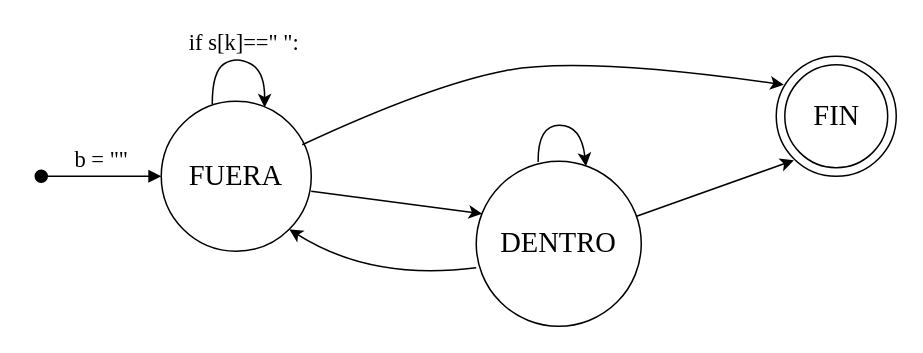
Before: Untitled Diagram.drawio in FelipeAMC-2601/Diagramas, a draw.io diagram. Source tidied: cells renumbered, new cells numbered last; positions are measured from the earlier drawing's top-left corner, leaving out a move shared by most shapes. Both pictures are drawn from the tidied source at 150%, with x=0, y=0 at pixel (40, 26).
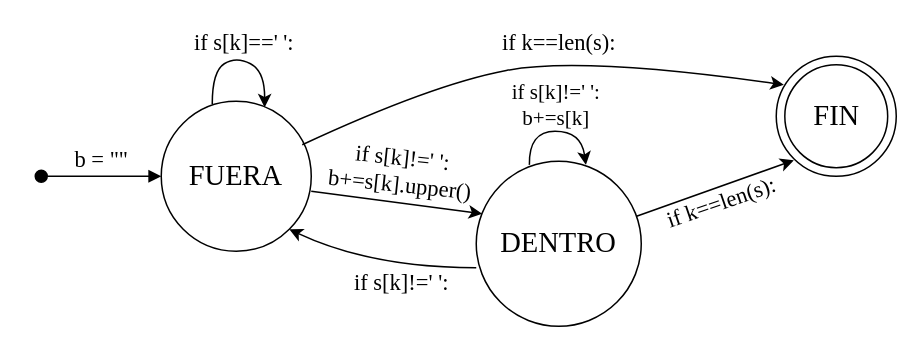
After the change.

The change refers to these unchanged cells:
```xml
<mxCell id="3" value="&lt;font style=&quot;font-size: 19px&quot; face=&quot;Times New Roman&quot;&gt;FUERA&lt;/font&gt;" style="ellipse;whiteSpace=wrap;html=1;fontColor=#000000;" parent="1" vertex="1">
  <mxGeometry x="80" y="50" width="100" height="100" as="geometry" />
</mxCell>
<mxCell id="6" value="&lt;font face=&quot;Times New Roman&quot; style=&quot;font-size: 19px&quot;&gt;DENTRO&lt;/font&gt;" style="ellipse;whiteSpace=wrap;html=1;fontColor=#000000;" parent="1" vertex="1">
  <mxGeometry x="290" y="90" width="110" height="110" as="geometry" />
</mxCell>
```

Diff of the diagram source:
```diff
@@
-    <mxCell id="5" value="&lt;font face=&quot;Times New Roman&quot; style=&quot;font-size: 15px&quot;&gt;if s[k]==&quot; &quot;:&lt;/font&gt;" style="text;html=1;align=center;verticalAlign=middle;fontColor=#000000;" parent="1" vertex="1">
-      <mxGeometry x="90" width="90" height="20" as="geometry" />
+    <mxCell id="5" value="&lt;font face=&quot;Times New Roman&quot; style=&quot;font-size: 15px&quot;&gt;if s[k]==' ':&lt;/font&gt;" style="text;html=1;align=center;verticalAlign=middle;fontColor=#000000;" parent="1" vertex="1">
+      <mxGeometry x="95" width="80" height="20" as="geometry" />
     </mxCell>
@@
     <mxCell id="11" style="curved=1;endArrow=classic;html=1;fontColor=#000000;entryX=1;entryY=1;entryDx=0;entryDy=0;exitX=0;exitY=0.645;exitDx=0;exitDy=0;exitPerimeter=0;" parent="1" edge="1" source="6" target="3">
       <mxGeometry relative="1" as="geometry">
         <Array as="points">
-          <mxPoint x="220" y="170" />
+          <mxPoint x="220" y="161" />
         </Array>
       </mxGeometry>
     </mxCell>
-    <mxCell id="12" style="curved=1;endArrow=classic;html=1;fontColor=#000000;entryX=0.665;entryY=0.03;entryDx=0;entryDy=0;entryPerimeter=0;exitX=0.375;exitY=0.004;exitDx=0;exitDy=0;exitPerimeter=0;" parent="1" edge="1" source="6" target="6">
+    <mxCell id="12" style="curved=1;endArrow=classic;html=1;fontColor=#000000;entryX=0.665;entryY=0.022;entryDx=0;entryDy=0;entryPerimeter=0;exitX=0.322;exitY=0.022;exitDx=0;exitDy=0;exitPerimeter=0;" parent="1" edge="1" source="6" target="6">
       <mxGeometry relative="1" as="geometry">
         <Array as="points">
-          <mxPoint x="331" y="66" />
-          <mxPoint x="360" y="66" />
+          <mxPoint x="325" y="70" />
+          <mxPoint x="360" y="70" />
         </Array>
       </mxGeometry>
     </mxCell>
@@
+    <mxCell id="14" value="&lt;font face=&quot;Times New Roman&quot; style=&quot;font-size: 15px&quot;&gt;if s[k]!=' ':&lt;/font&gt;" style="text;html=1;align=center;verticalAlign=middle;fontColor=#000000;" parent="1" vertex="1">
+      <mxGeometry x="200" y="160" width="80" height="20" as="geometry" />
+    </mxCell>
+    <mxCell id="15" value="&lt;font style=&quot;font-size: 15px&quot;&gt;&lt;font face=&quot;Times New Roman&quot; style=&quot;font-size: 15px&quot;&gt;if s[k]!=' ':&lt;br&gt;&lt;/font&gt;&lt;font face=&quot;Times New Roman&quot; style=&quot;font-size: 15px&quot;&gt;b+=s[k].upper()&lt;/font&gt;&lt;/font&gt;" style="text;html=1;align=center;verticalAlign=middle;fontColor=#000000;rotation=6;" parent="1" vertex="1">
+      <mxGeometry x="185" y="76" width="110" height="40" as="geometry" />
+    </mxCell>
+    <mxCell id="16" value="&lt;font style=&quot;font-size: 15px&quot; face=&quot;Times New Roman&quot;&gt;if k==len(s):&lt;/font&gt;" style="text;html=1;align=center;verticalAlign=middle;fontColor=#000000;" parent="1" vertex="1">
+      <mxGeometry x="300" width="90" height="20" as="geometry" />
+    </mxCell>
+    <mxCell id="17" value="&lt;font face=&quot;Times New Roman&quot; style=&quot;font-size: 14px&quot;&gt;if s[k]!=' ':&lt;br&gt;&lt;/font&gt;&lt;font face=&quot;Times New Roman&quot; style=&quot;font-size: 14px&quot;&gt;b+=s[k]&lt;/font&gt;" style="text;html=1;align=center;verticalAlign=middle;fontColor=#000000;" parent="1" vertex="1">
+      <mxGeometry x="308" y="38" width="70" height="30" as="geometry" />
+    </mxCell>
+    <mxCell id="18" value="&lt;font style=&quot;font-size: 15px&quot; face=&quot;Times New Roman&quot;&gt;if k==len(s):&lt;/font&gt;" style="text;html=1;align=center;verticalAlign=middle;fontColor=#000000;rotation=341;" parent="1" vertex="1">
+      <mxGeometry x="408" y="107" width="90" height="20" as="geometry" />
+    </mxCell>
```
